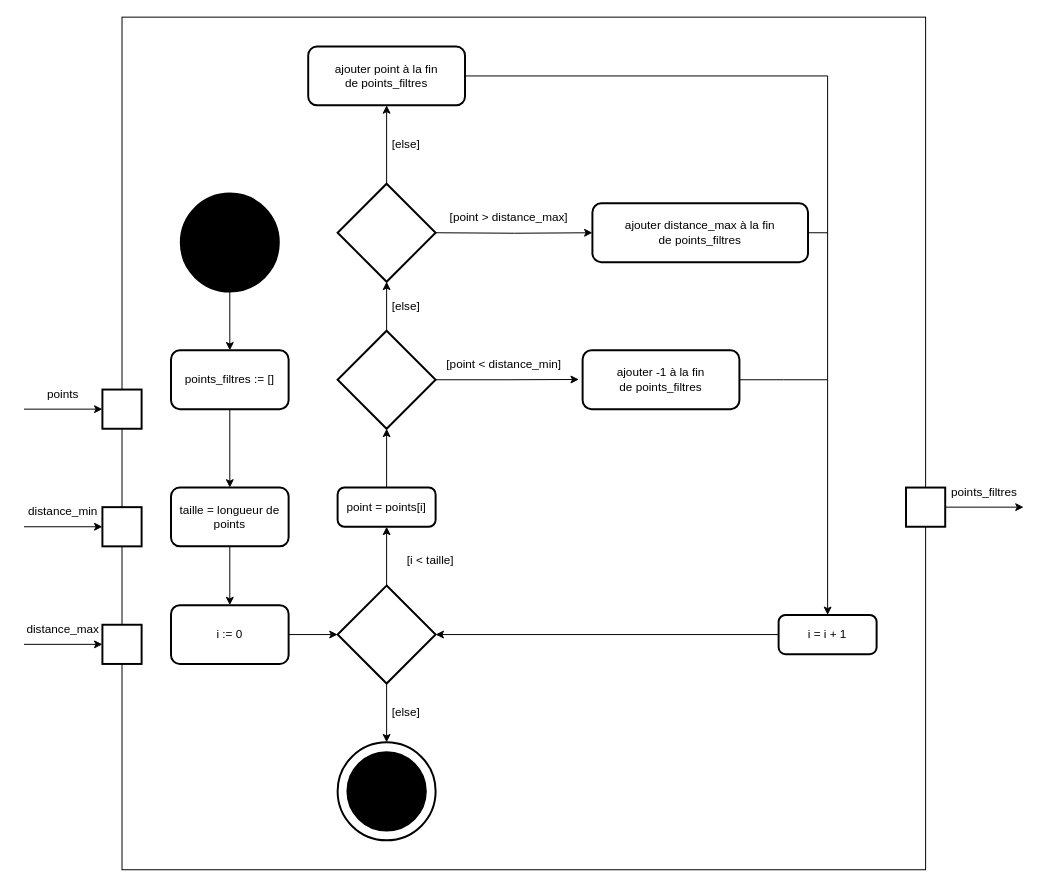
This is report/UML/filtre_min_max.drawio from cidit/udes.gro.correction-de-capteurs-limites, a draw.io file, before an edit. Source tidied: cells renumbered, new cells numbered last; positions are measured from the earlier drawing's top-left corner, leaving out a move shared by most shapes. Both pictures are drawn from the tidied source at 98%, with x=0, y=0 at pixel (24, 17).
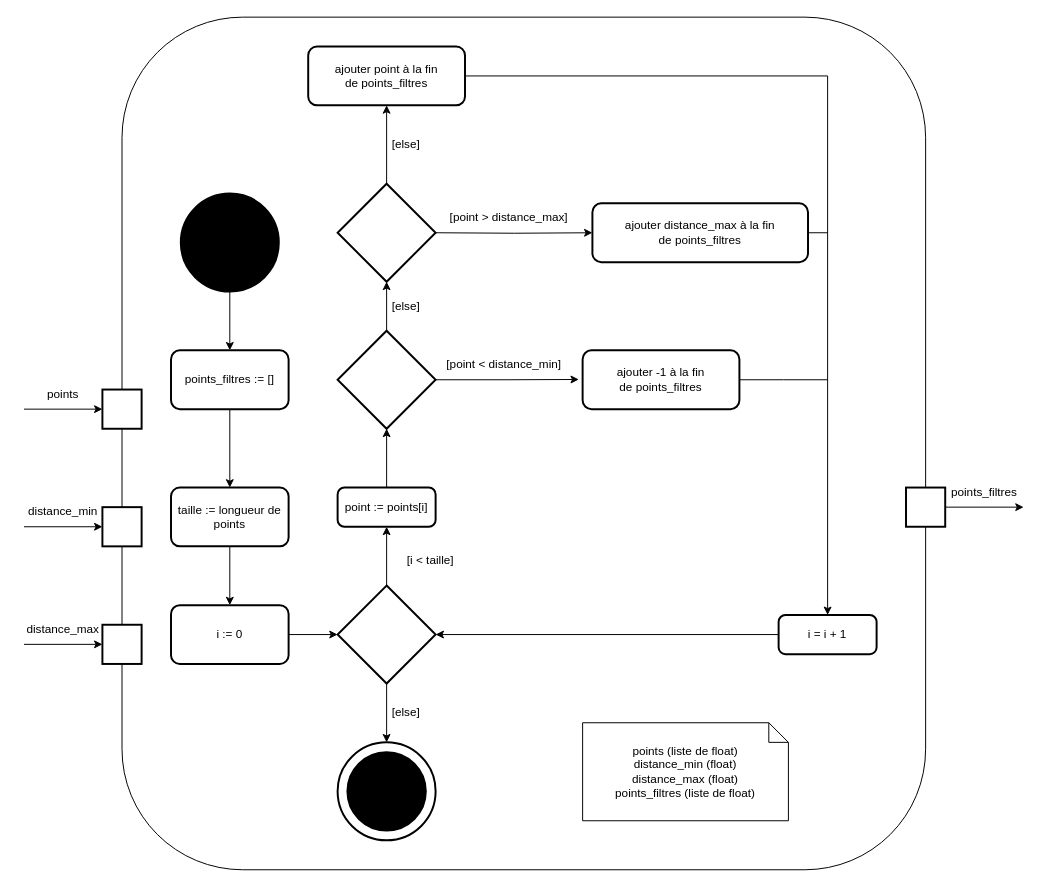
Above is the later version.

The edit, as a diff of the source:
```diff
@@
-    <mxCell id="2" style="rounded=0;whiteSpace=wrap;html=1;fillColor=none;" parent="1" vertex="1">
-      <mxGeometry x="100" width="820" height="870" as="geometry" />
-    </mxCell>
+    <mxCell id="51" style="rounded=1;whiteSpace=wrap;html=1;roundedPerimeter=1;fillColor=none;" parent="1" vertex="1">
+      <mxGeometry x="100" width="820" height="870" as="geometry" />
+    </mxCell>
@@
-    <mxCell id="44" value="taille = longueur de points" style="whiteSpace=wrap;html=1;rounded=1;strokeWidth=2;" parent="1" vertex="1">
+    <mxCell id="44" value="taille := longueur de points" style="whiteSpace=wrap;html=1;rounded=1;strokeWidth=2;" parent="1" vertex="1">
       <mxGeometry x="150" y="480" width="120" height="60" as="geometry" />
     </mxCell>
-    <mxCell id="45" value="point = points[i]" style="rounded=1;whiteSpace=wrap;html=1;absoluteArcSize=1;arcSize=14;strokeWidth=2;" parent="1" vertex="1">
+    <mxCell id="45" value="point := points[i]" style="rounded=1;whiteSpace=wrap;html=1;absoluteArcSize=1;arcSize=14;strokeWidth=2;" parent="1" vertex="1">
       <mxGeometry x="320" y="480" width="100" height="40" as="geometry" />
     </mxCell>
@@
+    <mxCell id="52" value="points (liste de float)&lt;div&gt;distance_min (float)&lt;/div&gt;&lt;div&gt;distance_max (float)&lt;/div&gt;&lt;div&gt;points_filtres (liste de float)&lt;/div&gt;" style="shape=note;size=20;whiteSpace=wrap;html=1;" parent="1" vertex="1">
+      <mxGeometry x="570" y="720" width="210" height="100" as="geometry" />
+    </mxCell>
```
